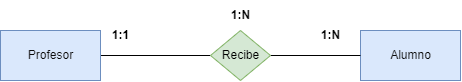
Before: tareas/tarea-1/images/ejercicio1.drawio.png, a diagram exported from draw.io (aguemarrero/base-datos). Source tidied: cells renumbered, new cells last; positions are measured from the earlier drawing's top-left corner, leaving out a move shared by most shapes.
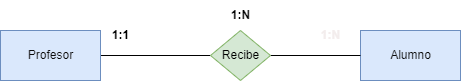
The same file after the commit.

What changed in the source:
```diff
@@ -17,7 +17,7 @@
     <mxCell id="6" value="&lt;font color=&quot;#000000&quot;&gt;Recibe&lt;/font&gt;" style="shape=rhombus;html=1;dashed=0;whitespace=wrap;perimeter=rhombusPerimeter;fillColor=#d5e8d4;strokeColor=#82b366;" parent="1" vertex="1">
       <mxGeometry x="210" y="30" width="60" height="50" as="geometry" />
     </mxCell>
-    <mxCell id="7" value="&lt;b&gt;1:N&lt;/b&gt;" style="text;html=1;align=center;verticalAlign=middle;strokeColor=none;fillColor=none;" parent="1" vertex="1">
+    <mxCell id="7" value="&lt;b&gt;&lt;font color=&quot;#f3eded&quot;&gt;1:N&lt;/font&gt;&lt;/b&gt;" style="text;html=1;align=center;verticalAlign=middle;strokeColor=none;fillColor=none;" parent="1" vertex="1">
       <mxGeometry x="310" y="20" width="40" height="30" as="geometry" />
     </mxCell>
     <mxCell id="8" value="&lt;b&gt;1:1&lt;/b&gt;" style="text;html=1;align=center;verticalAlign=middle;strokeColor=none;fillColor=none;" parent="1" vertex="1">
```
